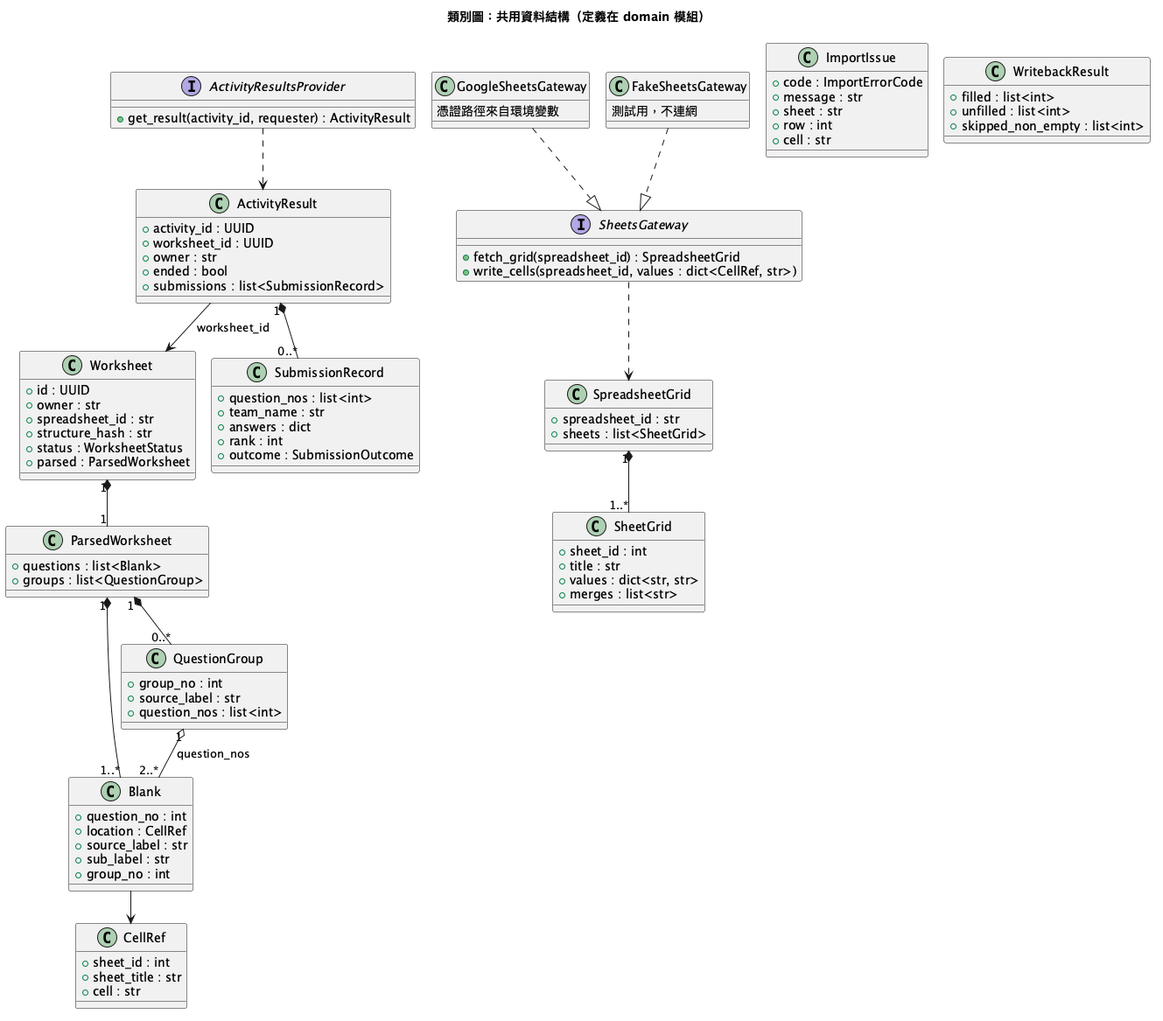
silverwind63/SEFinal keeps this PlantUML diagram as diagrams/001-guided-notes-import/04-class.png. Above is the earlier version.
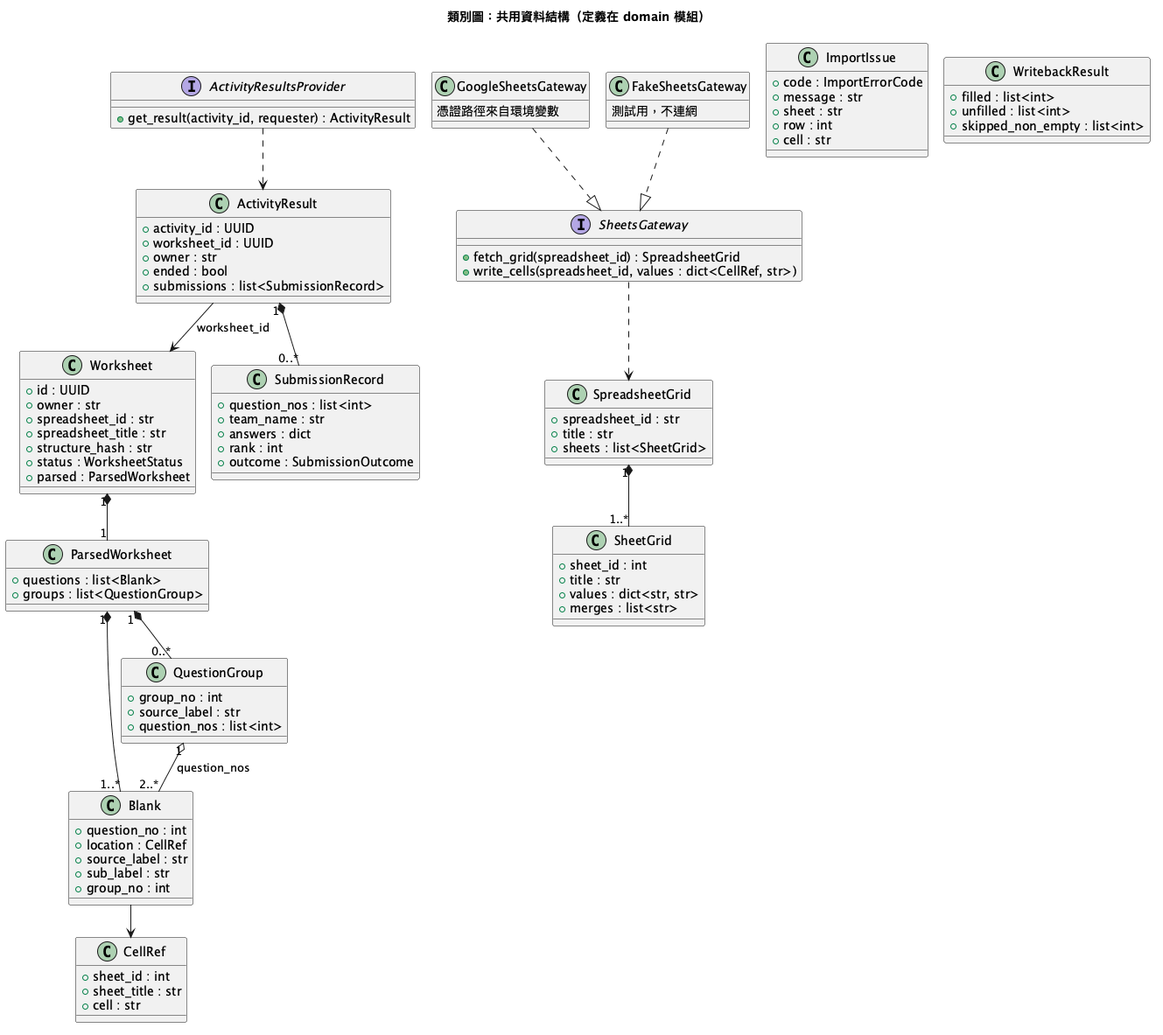
The same diagram one commit later.

What changed in the source:
```diff
@@ -8,6 +8,7 @@
 }
 class SpreadsheetGrid {
   +spreadsheet_id : str
+  +title : str
   +sheets : list<SheetGrid>
 }
 class SheetGrid {
@@ -36,6 +37,7 @@
   +id : UUID
   +owner : str
   +spreadsheet_id : str
+  +spreadsheet_title : str
   +structure_hash : str
   +status : WorksheetStatus
   +parsed : ParsedWorksheet
```
